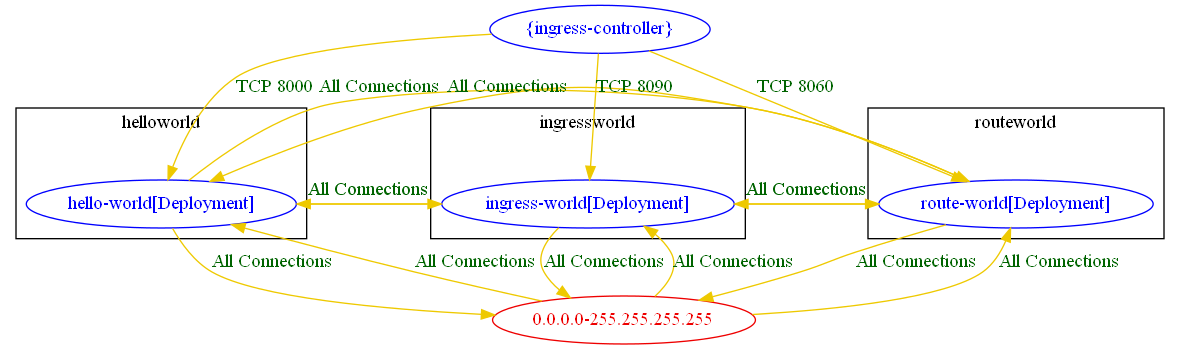
np-guard/netpol-analyzer keeps this Graphviz diagram as test_outputs/connlist/demo_app_with_routes_and_ingress_connlist_output.dot.png. Above is the earlier version. Its source is kept beside it as test_outputs/connlist/demo_app_with_routes_and_ingress_connlist_output.dot. The source it was exported from:
```dot
digraph {
	subgraph cluster_helloworld {
		"hello-world[Deployment]" [label="hello-world[Deployment]" color="blue" fontcolor="blue"]
		label="helloworld"
	}
	subgraph cluster_ingressworld {
		"ingress-world[Deployment]" [label="ingress-world[Deployment]" color="blue" fontcolor="blue"]
		label="ingressworld"
	}
	subgraph cluster_routeworld {
		"route-world[Deployment]" [label="route-world[Deployment]" color="blue" fontcolor="blue"]
		label="routeworld"
	}
	"0.0.0.0-255.255.255.255" [label="0.0.0.0-255.255.255.255" color="red2" fontcolor="red2"]
	"{ingress-controller}" [label="{ingress-controller}" color="blue" fontcolor="blue"]
	"0.0.0.0-255.255.255.255" -> "hello-world[Deployment]" [label="All Connections" color="gold2" fontcolor="darkgreen"]
	"0.0.0.0-255.255.255.255" -> "ingress-world[Deployment]" [label="All Connections" color="gold2" fontcolor="darkgreen"]
	"0.0.0.0-255.255.255.255" -> "route-world[Deployment]" [label="All Connections" color="gold2" fontcolor="darkgreen"]
	"hello-world[Deployment]" -> "0.0.0.0-255.255.255.255" [label="All Connections" color="gold2" fontcolor="darkgreen"]
	"hello-world[Deployment]" -> "ingress-world[Deployment]" [label="All Connections" color="gold2" fontcolor="darkgreen"]
	"hello-world[Deployment]" -> "route-world[Deployment]" [label="All Connections" color="gold2" fontcolor="darkgreen"]
	"ingress-world[Deployment]" -> "0.0.0.0-255.255.255.255" [label="All Connections" color="gold2" fontcolor="darkgreen"]
	"ingress-world[Deployment]" -> "hello-world[Deployment]" [label="All Connections" color="gold2" fontcolor="darkgreen"]
	"ingress-world[Deployment]" -> "route-world[Deployment]" [label="All Connections" color="gold2" fontcolor="darkgreen"]
	"route-world[Deployment]" -> "0.0.0.0-255.255.255.255" [label="All Connections" color="gold2" fontcolor="darkgreen"]
	"route-world[Deployment]" -> "hello-world[Deployment]" [label="All Connections" color="gold2" fontcolor="darkgreen"]
	"route-world[Deployment]" -> "ingress-world[Deployment]" [label="All Connections" color="gold2" fontcolor="darkgreen"]
	"{ingress-controller}" -> "hello-world[Deployment]" [label="TCP 8000" color="gold2" fontcolor="darkgreen"]
	"{ingress-controller}" -> "ingress-world[Deployment]" [label="TCP 8090" color="gold2" fontcolor="darkgreen"]
	"{ingress-controller}" -> "route-world[Deployment]" [label="TCP 8060" color="gold2" fontcolor="darkgreen"]
}
```
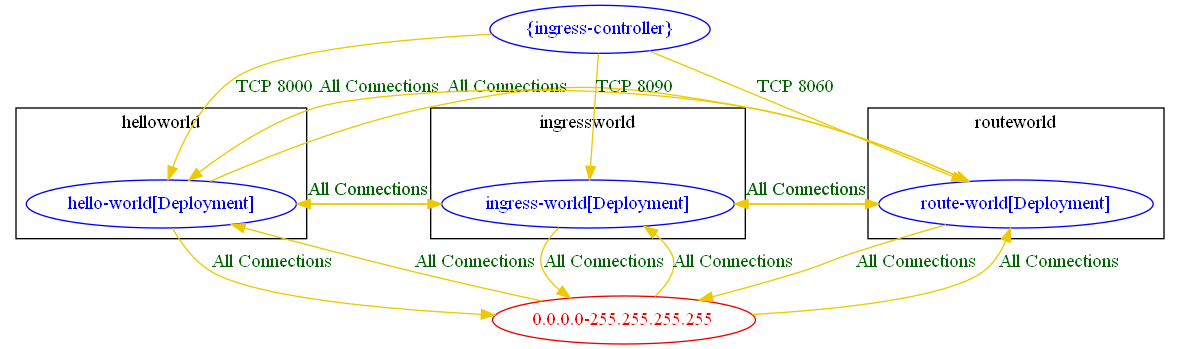
The same diagram one commit later.

The edit, as a diff of the source:
```diff
@@ -1,31 +1,31 @@
 digraph {
 	subgraph cluster_helloworld {
-		"hello-world[Deployment]" [label="hello-world[Deployment]" color="blue" fontcolor="blue"]
+		"helloworld/hello-world[Deployment]" [label="hello-world[Deployment]" color="blue" fontcolor="blue"]
 		label="helloworld"
 	}
 	subgraph cluster_ingressworld {
-		"ingress-world[Deployment]" [label="ingress-world[Deployment]" color="blue" fontcolor="blue"]
+		"ingressworld/ingress-world[Deployment]" [label="ingress-world[Deployment]" color="blue" fontcolor="blue"]
 		label="ingressworld"
 	}
 	subgraph cluster_routeworld {
-		"route-world[Deployment]" [label="route-world[Deployment]" color="blue" fontcolor="blue"]
+		"routeworld/route-world[Deployment]" [label="route-world[Deployment]" color="blue" fontcolor="blue"]
 		label="routeworld"
 	}
 	"0.0.0.0-255.255.255.255" [label="0.0.0.0-255.255.255.255" color="red2" fontcolor="red2"]
 	"{ingress-controller}" [label="{ingress-controller}" color="blue" fontcolor="blue"]
-	"0.0.0.0-255.255.255.255" -> "hello-world[Deployment]" [label="All Connections" color="gold2" fontcolor="darkgreen"]
-	"0.0.0.0-255.255.255.255" -> "ingress-world[Deployment]" [label="All Connections" color="gold2" fontcolor="darkgreen"]
-	"0.0.0.0-255.255.255.255" -> "route-world[Deployment]" [label="All Connections" color="gold2" fontcolor="darkgreen"]
-	"hello-world[Deployment]" -> "0.0.0.0-255.255.255.255" [label="All Connections" color="gold2" fontcolor="darkgreen"]
-	"hello-world[Deployment]" -> "ingress-world[Deployment]" [label="All Connections" color="gold2" fontcolor="darkgreen"]
-	"hello-world[Deployment]" -> "route-world[Deployment]" [label="All Connections" color="gold2" fontcolor="darkgreen"]
-	"ingress-world[Deployment]" -> "0.0.0.0-255.255.255.255" [label="All Connections" color="gold2" fontcolor="darkgreen"]
-	"ingress-world[Deployment]" -> "hello-world[Deployment]" [label="All Connections" color="gold2" fontcolor="darkgreen"]
-	"ingress-world[Deployment]" -> "route-world[Deployment]" [label="All Connections" color="gold2" fontcolor="darkgreen"]
-	"route-world[Deployment]" -> "0.0.0.0-255.255.255.255" [label="All Connections" color="gold2" fontcolor="darkgreen"]
-	"route-world[Deployment]" -> "hello-world[Deployment]" [label="All Connections" color="gold2" fontcolor="darkgreen"]
-	"route-world[Deployment]" -> "ingress-world[Deployment]" [label="All Connections" color="gold2" fontcolor="darkgreen"]
-	"{ingress-controller}" -> "hello-world[Deployment]" [label="TCP 8000" color="gold2" fontcolor="darkgreen"]
-	"{ingress-controller}" -> "ingress-world[Deployment]" [label="TCP 8090" color="gold2" fontcolor="darkgreen"]
-	"{ingress-controller}" -> "route-world[Deployment]" [label="TCP 8060" color="gold2" fontcolor="darkgreen"]
+	"0.0.0.0-255.255.255.255" -> "helloworld/hello-world[Deployment]" [label="All Connections" color="gold2" fontcolor="darkgreen"]
+	"0.0.0.0-255.255.255.255" -> "ingressworld/ingress-world[Deployment]" [label="All Connections" color="gold2" fontcolor="darkgreen"]
+	"0.0.0.0-255.255.255.255" -> "routeworld/route-world[Deployment]" [label="All Connections" color="gold2" fontcolor="darkgreen"]
+	"helloworld/hello-world[Deployment]" -> "0.0.0.0-255.255.255.255" [label="All Connections" color="gold2" fontcolor="darkgreen"]
+	"helloworld/hello-world[Deployment]" -> "ingressworld/ingress-world[Deployment]" [label="All Connections" color="gold2" fontcolor="darkgreen"]
+	"helloworld/hello-world[Deployment]" -> "routeworld/route-world[Deployment]" [label="All Connections" color="gold2" fontcolor="darkgreen"]
+	"ingressworld/ingress-world[Deployment]" -> "0.0.0.0-255.255.255.255" [label="All Connections" color="gold2" fontcolor="darkgreen"]
+	"ingressworld/ingress-world[Deployment]" -> "helloworld/hello-world[Deployment]" [label="All Connections" color="gold2" fontcolor="darkgreen"]
+	"ingressworld/ingress-world[Deployment]" -> "routeworld/route-world[Deployment]" [label="All Connections" color="gold2" fontcolor="darkgreen"]
+	"routeworld/route-world[Deployment]" -> "0.0.0.0-255.255.255.255" [label="All Connections" color="gold2" fontcolor="darkgreen"]
+	"routeworld/route-world[Deployment]" -> "helloworld/hello-world[Deployment]" [label="All Connections" color="gold2" fontcolor="darkgreen"]
+	"routeworld/route-world[Deployment]" -> "ingressworld/ingress-world[Deployment]" [label="All Connections" color="gold2" fontcolor="darkgreen"]
+	"{ingress-controller}" -> "helloworld/hello-world[Deployment]" [label="TCP 8000" color="gold2" fontcolor="darkgreen"]
+	"{ingress-controller}" -> "ingressworld/ingress-world[Deployment]" [label="TCP 8090" color="gold2" fontcolor="darkgreen"]
+	"{ingress-controller}" -> "routeworld/route-world[Deployment]" [label="TCP 8060" color="gold2" fontcolor="darkgreen"]
 }
```
